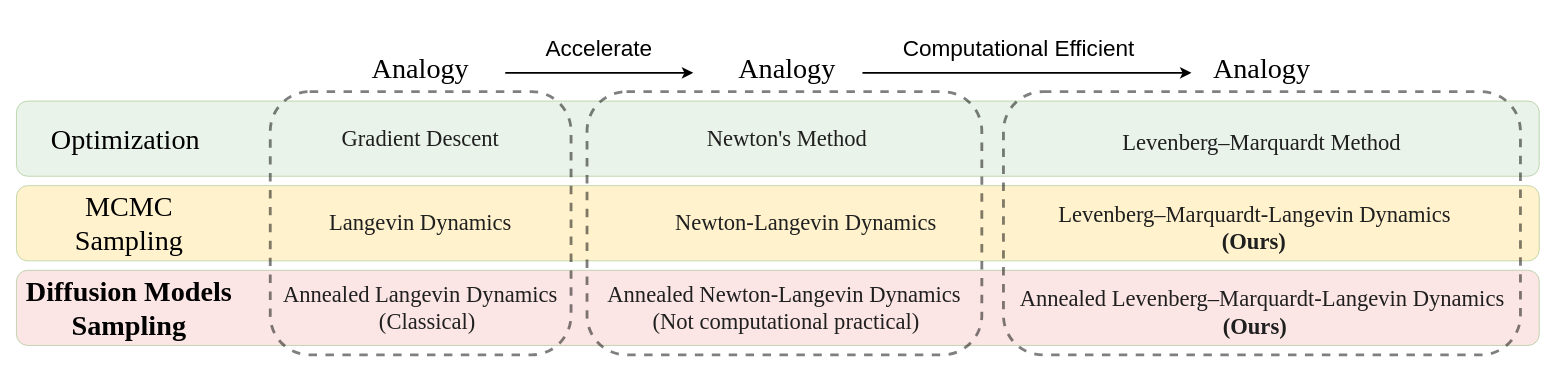
Above: newton_algos.drawio in zituitui/drawio (draw.io), before the change. Source tidied: cells renumbered, new cells numbered last; positions are measured from the earlier drawing's top-left corner, leaving out a move shared by most shapes. Both pictures are drawn from the tidied source at 94%, with x=0, y=0 at pixel (16, 16).
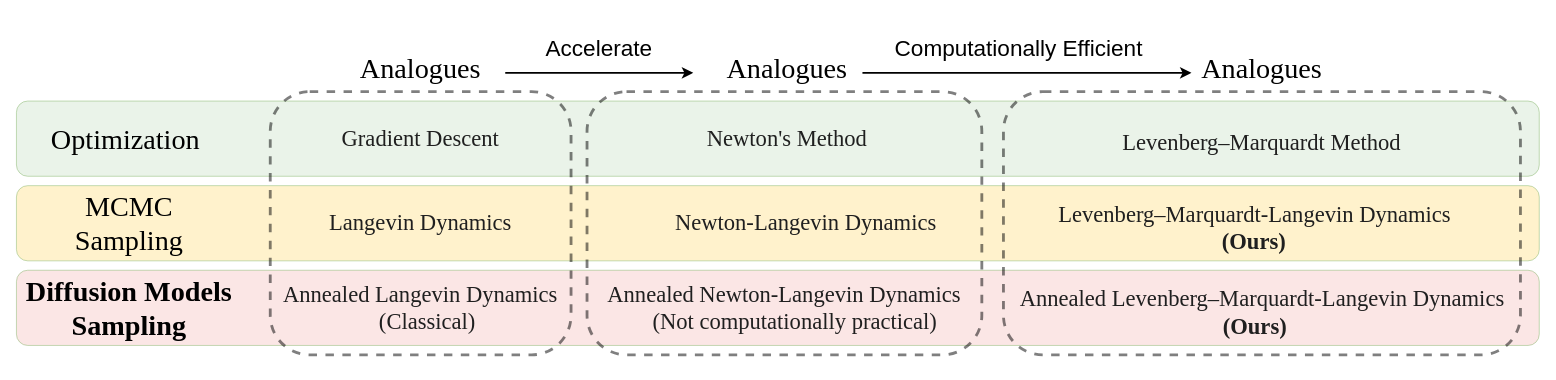
The same diagram, later.

Change to the diagram source:
```diff
@@
-    <mxCell id="15" value="&lt;div style=&quot;text-align: left;&quot;&gt;&lt;span style=&quot;color: rgb(31, 31, 31); font-family: &amp;quot;Times New Roman&amp;quot;; font-size: 24px;&quot;&gt;Annealed Newton-Langevin Dynamics&lt;/span&gt;&lt;br&gt;&lt;/div&gt;&lt;div style=&quot;text-align: left;&quot;&gt;&lt;span style=&quot;color: rgb(31, 31, 31); font-family: &amp;quot;Times New Roman&amp;quot;; font-size: 24px;&quot;&gt;&amp;nbsp; &amp;nbsp; &amp;nbsp; &amp;nbsp; (Not computational practical)&lt;/span&gt;&lt;/div&gt;" style="rounded=1;whiteSpace=wrap;html=1;fillColor=none;strokeColor=none;opacity=30;gradientColor=none;" parent="1" vertex="1">
+    <mxCell id="15" value="&lt;div style=&quot;text-align: left;&quot;&gt;&lt;span style=&quot;color: rgb(31, 31, 31); font-family: &amp;quot;Times New Roman&amp;quot;; font-size: 24px;&quot;&gt;Annealed Newton-Langevin Dynamics&lt;/span&gt;&lt;br&gt;&lt;/div&gt;&lt;div style=&quot;text-align: left;&quot;&gt;&lt;span style=&quot;color: rgb(31, 31, 31); font-family: &amp;quot;Times New Roman&amp;quot;; font-size: 24px;&quot;&gt;&amp;nbsp; &amp;nbsp; &amp;nbsp; &amp;nbsp; (Not computationally practical)&lt;/span&gt;&lt;/div&gt;" style="rounded=1;whiteSpace=wrap;html=1;fillColor=none;strokeColor=none;opacity=30;gradientColor=none;" parent="1" vertex="1">
       <mxGeometry x="627" y="255" width="380" height="110" as="geometry" />
     </mxCell>
-    <mxCell id="16" value="&lt;div style=&quot;text-align: left;&quot;&gt;&lt;span style=&quot;background-color: initial; font-size: 30px;&quot;&gt;&lt;font face=&quot;Times New Roman&quot;&gt;Analogy&lt;/font&gt;&lt;/span&gt;&lt;/div&gt;" style="rounded=1;whiteSpace=wrap;html=1;fillColor=none;strokeColor=none;opacity=30;gradientColor=none;" parent="1" vertex="1">
+    <mxCell id="16" value="&lt;div style=&quot;text-align: left;&quot;&gt;&lt;font face=&quot;Times New Roman&quot;&gt;&lt;span style=&quot;font-size: 30px;&quot;&gt;Analogues&lt;/span&gt;&lt;/font&gt;&lt;br&gt;&lt;/div&gt;" style="rounded=1;whiteSpace=wrap;html=1;fillColor=none;strokeColor=none;opacity=30;gradientColor=none;" parent="1" vertex="1">
       <mxGeometry x="280" width="300" height="110" as="geometry" />
     </mxCell>
-    <mxCell id="17" value="&lt;div style=&quot;text-align: left;&quot;&gt;&lt;span style=&quot;background-color: initial; font-size: 30px;&quot;&gt;&lt;font face=&quot;Times New Roman&quot;&gt;Analogy&lt;/font&gt;&lt;/span&gt;&lt;/div&gt;" style="rounded=1;whiteSpace=wrap;html=1;fillColor=none;strokeColor=none;opacity=30;gradientColor=none;" parent="1" vertex="1">
+    <mxCell id="17" value="&lt;div style=&quot;text-align: left;&quot;&gt;&lt;span style=&quot;font-family: &amp;quot;Times New Roman&amp;quot;; font-size: 30px;&quot;&gt;Analogues&lt;/span&gt;&lt;br&gt;&lt;/div&gt;" style="rounded=1;whiteSpace=wrap;html=1;fillColor=none;strokeColor=none;opacity=30;gradientColor=none;" parent="1" vertex="1">
       <mxGeometry x="670" width="300" height="110" as="geometry" />
     </mxCell>
@@
-    <mxCell id="22" value="&lt;div style=&quot;text-align: left;&quot;&gt;&lt;span style=&quot;background-color: initial; font-size: 30px;&quot;&gt;&lt;font face=&quot;Times New Roman&quot;&gt;Analogy&lt;/font&gt;&lt;/span&gt;&lt;/div&gt;" style="rounded=1;whiteSpace=wrap;html=1;fillColor=none;strokeColor=none;opacity=30;gradientColor=none;" parent="1" vertex="1">
+    <mxCell id="22" value="&lt;div style=&quot;text-align: left;&quot;&gt;&lt;span style=&quot;font-family: &amp;quot;Times New Roman&amp;quot;; font-size: 30px;&quot;&gt;Analogues&lt;/span&gt;&lt;br&gt;&lt;/div&gt;" style="rounded=1;whiteSpace=wrap;html=1;fillColor=none;strokeColor=none;opacity=30;gradientColor=none;" parent="1" vertex="1">
       <mxGeometry x="1175" width="300" height="110" as="geometry" />
     </mxCell>
@@
-    <mxCell id="26" value="&lt;font style=&quot;font-size: 24px;&quot;&gt;Computational Efficient&lt;/font&gt;" style="text;html=1;align=center;verticalAlign=middle;whiteSpace=wrap;rounded=0;" parent="1" vertex="1">
+    <mxCell id="26" value="&lt;font style=&quot;font-size: 24px;&quot;&gt;Computationally Efficient&lt;/font&gt;" style="text;html=1;align=center;verticalAlign=middle;whiteSpace=wrap;rounded=0;" parent="1" vertex="1">
       <mxGeometry x="920" y="20" width="293" height="30" as="geometry" />
     </mxCell>
```
